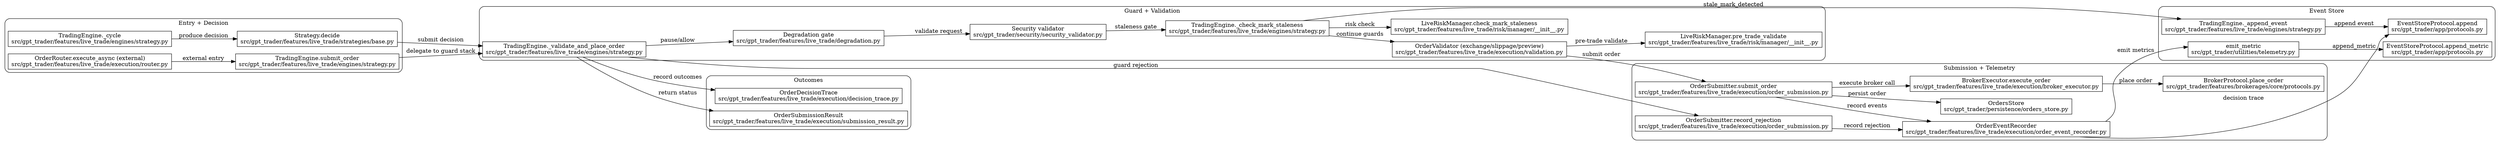
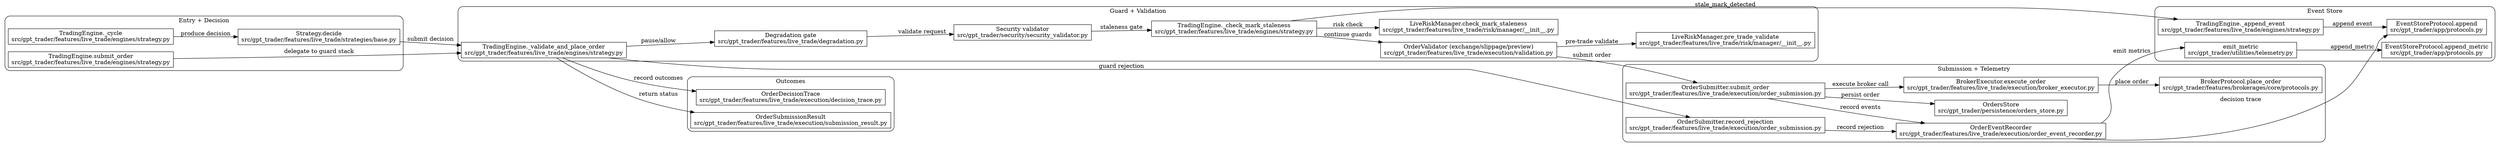
digraph ExecutionFlow {
  rankdir=LR;
  subgraph cluster_entry {
    label="Entry + Decision";
    style=rounded;
    "trading_engine_cycle" [shape=box, label="TradingEngine._cycle\nsrc/gpt_trader/features/live_trade/engines/strategy.py"];
    "strategy_decide" [shape=box, label="Strategy.decide\nsrc/gpt_trader/features/live_trade/strategies/base.py"];
-     "order_router" [shape=box, label="OrderRouter.execute_async (external)\nsrc/gpt_trader/features/live_trade/execution/router.py"];
    "engine_submit" [shape=box, label="TradingEngine.submit_order\nsrc/gpt_trader/features/live_trade/engines/strategy.py"];
  }
  subgraph cluster_guards {
    label="Guard + Validation";
    style=rounded;
    "engine_validate" [shape=box, label="TradingEngine._validate_and_place_order\nsrc/gpt_trader/features/live_trade/engines/strategy.py"];
    "degradation_gate" [shape=box, label="Degradation gate\nsrc/gpt_trader/features/live_trade/degradation.py"];
    "security_validator" [shape=box, label="Security validator\nsrc/gpt_trader/security/security_validator.py"];
    "risk_manager" [shape=box, label="LiveRiskManager.pre_trade_validate\nsrc/gpt_trader/features/live_trade/risk/manager/__init__.py"];
    "order_validator" [shape=box, label="OrderValidator (exchange/slippage/preview)\nsrc/gpt_trader/features/live_trade/execution/validation.py"];
    "engine_mark_staleness" [shape=box, label="TradingEngine._check_mark_staleness\nsrc/gpt_trader/features/live_trade/engines/strategy.py"];
    "risk_check_mark_staleness" [shape=box, label="LiveRiskManager.check_mark_staleness\nsrc/gpt_trader/features/live_trade/risk/manager/__init__.py"];
  }
  subgraph cluster_submission {
    label="Submission + Telemetry";
    style=rounded;
    "order_submitter" [shape=box, label="OrderSubmitter.submit_order\nsrc/gpt_trader/features/live_trade/execution/order_submission.py"];
    "order_rejection" [shape=box, label="OrderSubmitter.record_rejection\nsrc/gpt_trader/features/live_trade/execution/order_submission.py"];
    "broker_executor" [shape=box, label="BrokerExecutor.execute_order\nsrc/gpt_trader/features/live_trade/execution/broker_executor.py"];
    "broker_adapter" [shape=box, label="BrokerProtocol.place_order\nsrc/gpt_trader/features/brokerages/core/protocols.py"];
    "order_event_recorder" [shape=box, label="OrderEventRecorder\nsrc/gpt_trader/features/live_trade/execution/order_event_recorder.py"];
    "orders_store" [shape=box, label="OrdersStore\nsrc/gpt_trader/persistence/orders_store.py"];
  }
  subgraph cluster_event_store {
    label="Event Store";
    style=rounded;
    "engine_append_event" [shape=box, label="TradingEngine._append_event\nsrc/gpt_trader/features/live_trade/engines/strategy.py"];
    "emit_metric" [shape=box, label="emit_metric\nsrc/gpt_trader/utilities/telemetry.py"];
    "event_store_append_metric" [shape=box, label="EventStoreProtocol.append_metric\nsrc/gpt_trader/app/protocols.py"];
    "event_store_append" [shape=box, label="EventStoreProtocol.append\nsrc/gpt_trader/app/protocols.py"];
  }
  subgraph cluster_outcomes {
    label="Outcomes";
    style=rounded;
    "decision_trace" [shape=box, label="OrderDecisionTrace\nsrc/gpt_trader/features/live_trade/execution/decision_trace.py"];
    "submission_result" [shape=box, label="OrderSubmissionResult\nsrc/gpt_trader/features/live_trade/execution/submission_result.py"];
  }
  "trading_engine_cycle" -> "strategy_decide" [label="produce decision"];
  "strategy_decide" -> "engine_validate" [label="submit decision"];
-   "order_router" -> "engine_submit" [label="external entry"];
  "engine_submit" -> "engine_validate" [label="delegate to guard stack"];
  "engine_validate" -> "decision_trace" [label="record outcomes"];
  "engine_validate" -> "degradation_gate" [label="pause/allow"];
  "degradation_gate" -> "security_validator" [label="validate request"];
  "security_validator" -> "engine_mark_staleness" [label="staleness gate"];
  "engine_mark_staleness" -> "risk_check_mark_staleness" [label="risk check"];
  "engine_mark_staleness" -> "engine_append_event" [label="stale_mark_detected"];
  "engine_append_event" -> "event_store_append" [label="append event"];
  "engine_mark_staleness" -> "order_validator" [label="continue guards"];
  "order_validator" -> "risk_manager" [label="pre-trade validate"];
  "engine_validate" -> "order_rejection" [label="guard rejection"];
  "order_rejection" -> "order_event_recorder" [label="record rejection"];
  "order_validator" -> "order_submitter" [label="submit order"];
  "order_submitter" -> "broker_executor" [label="execute broker call"];
  "broker_executor" -> "broker_adapter" [label="place order"];
  "order_submitter" -> "order_event_recorder" [label="record events"];
  "order_event_recorder" -> "emit_metric" [label="emit metrics"];
  "emit_metric" -> "event_store_append_metric" [label="append_metric"];
  "order_event_recorder" -> "event_store_append" [label="decision trace"];
  "order_submitter" -> "orders_store" [label="persist order"];
  "engine_validate" -> "submission_result" [label="return status"];
}
